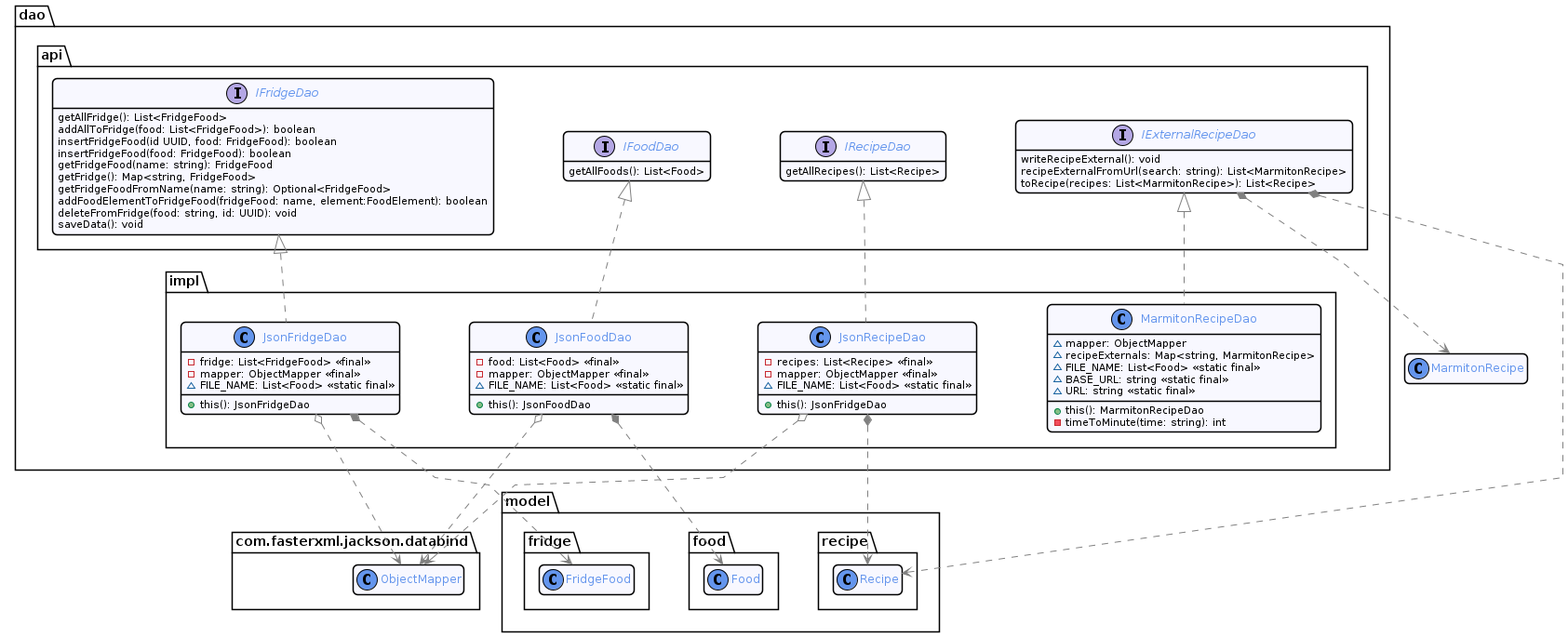
Earlier version of the PlantUML export docs/diagram/out/dao.png (romainvacheret/wadge-backend).
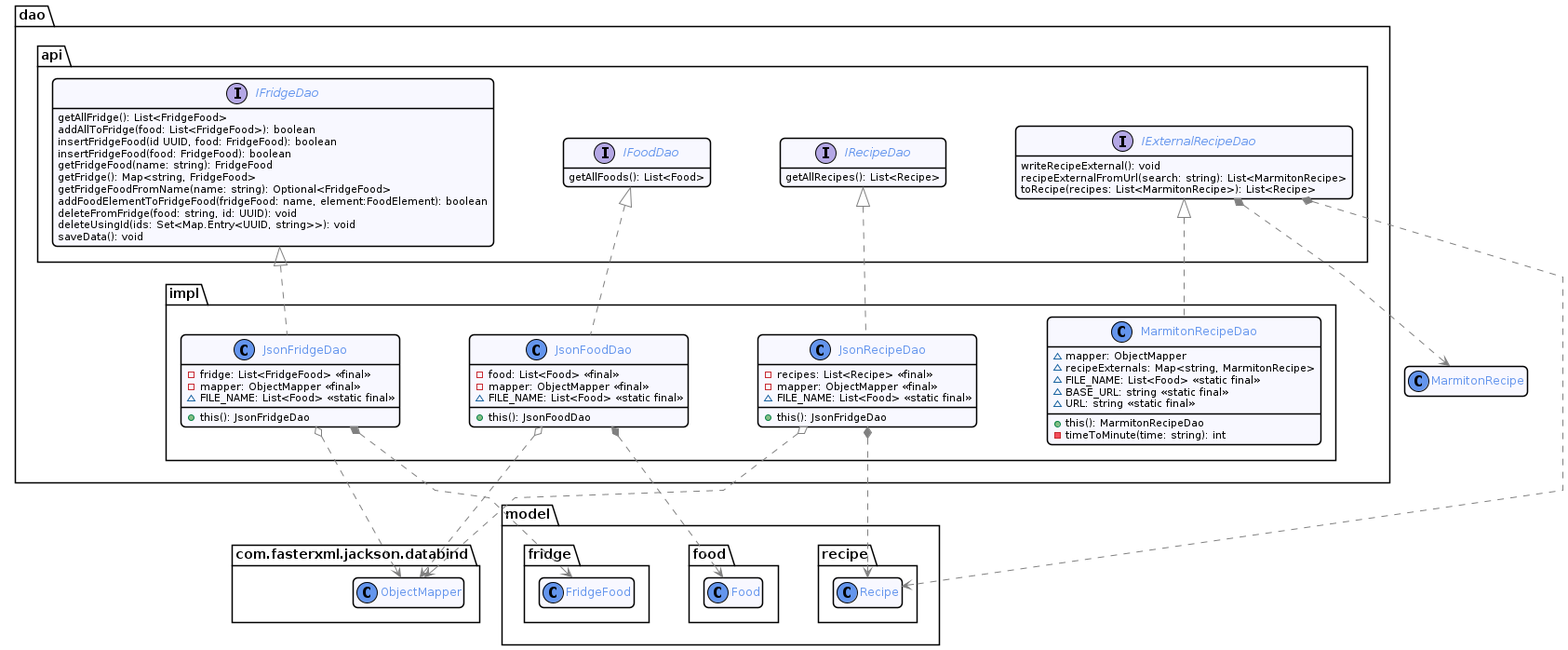
The same diagram one commit later.

Change to the diagram source:
```diff
@@ -35,6 +35,7 @@
             getFridgeFoodFromName(name: string): Optional<FridgeFood>
             addFoodElementToFridgeFood(fridgeFood: name, element:FoodElement): boolean
             deleteFromFridge(food: string, id: UUID): void
+            deleteUsingId(ids: Set<Map.Entry<UUID, string>>): void
             saveData(): void
         }
 
```
